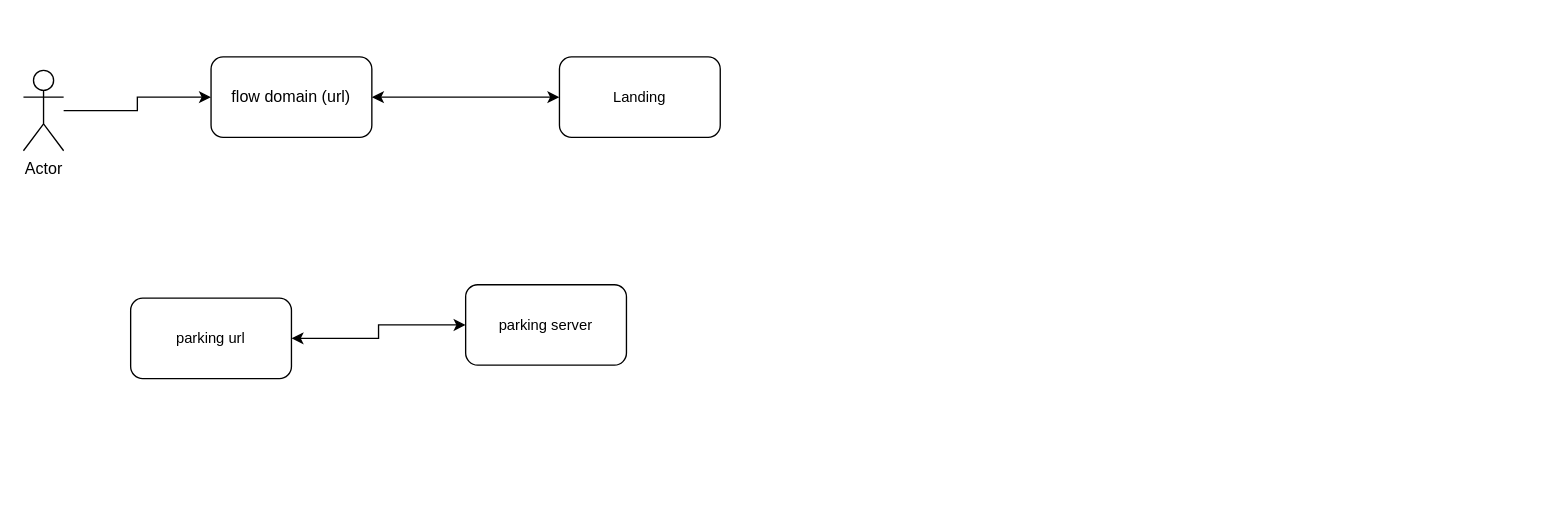
This is static_scheme.drawio from tulashvili/diagrams, a draw.io file, before an edit. Source tidied: cells renumbered, new cells numbered last; positions are measured from the earlier drawing's top-left corner, leaving out a move shared by most shapes. Both pictures are drawn from the tidied source at 134%, with x=0, y=0 at pixel (23, 56).
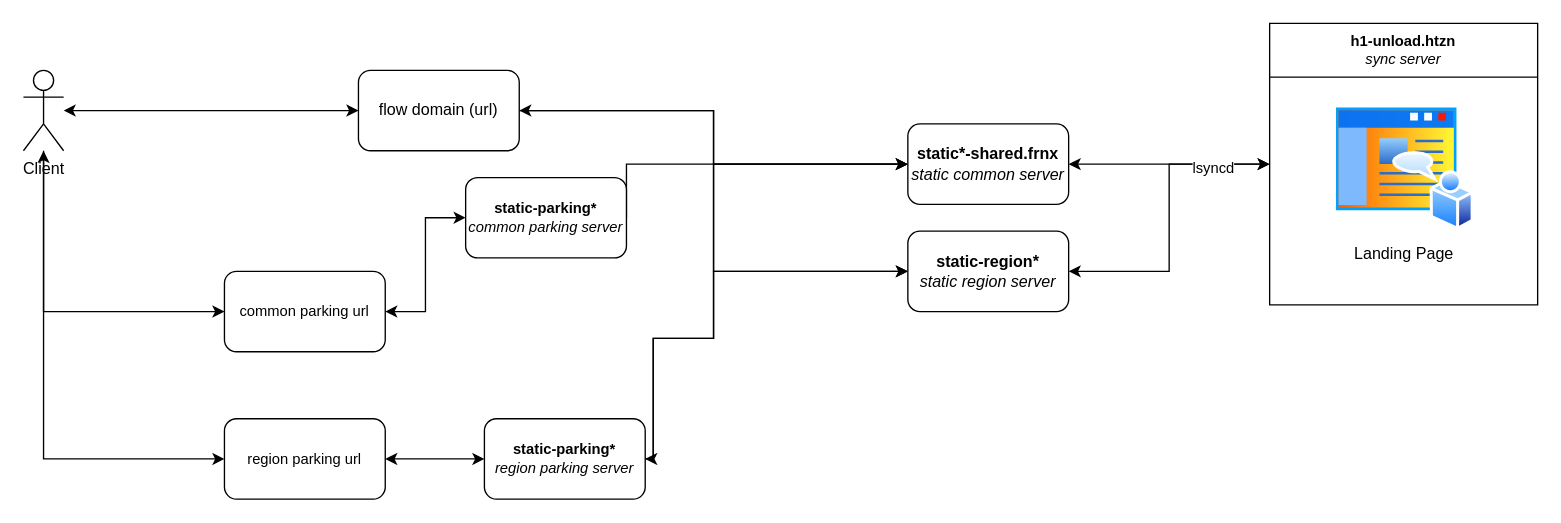
The same diagram, later.

What changed in the source:
```diff
@@
-    <mxCell id="2" style="edgeStyle=orthogonalEdgeStyle;rounded=0;jettySize=auto;html=1;entryX=0;entryY=0.5;entryDx=0;entryDy=0;" parent="1" edge="1" source="3" target="6">
+    <mxCell id="2" style="edgeStyle=orthogonalEdgeStyle;rounded=0;jettySize=auto;html=1;entryX=0;entryY=0.5;entryDx=0;entryDy=0;startArrow=classic;startFill=1;" parent="1" edge="1" source="3" target="6">
       <mxGeometry relative="1" as="geometry" />
     </mxCell>
+    <mxCell id="10" style="edgeStyle=orthogonalEdgeStyle;rounded=0;jettySize=auto;html=1;entryX=0;entryY=0.5;entryDx=0;entryDy=0;" parent="1" edge="1" source="3" target="23">
+      <mxGeometry relative="1" as="geometry">
+        <Array as="points">
+          <mxPoint x="15" y="190" />
+        </Array>
+      </mxGeometry>
+    </mxCell>
-    <mxCell id="3" value="Actor" style="shape=umlActor;verticalLabelPosition=bottom;verticalAlign=top;html=1;outlineConnect=0;" parent="1" vertex="1">
+    <mxCell id="3" value="Client" style="shape=umlActor;verticalLabelPosition=bottom;verticalAlign=top;html=1;outlineConnect=0;" parent="1" vertex="1">
       <mxGeometry y="10" width="30" height="60" as="geometry" />
     </mxCell>
-    <mxCell id="4" value="Landing" style="rounded=1;whiteSpace=wrap;html=1;fontSize=11;" parent="1" vertex="1">
-      <mxGeometry x="400" width="120" height="60" as="geometry" />
-    </mxCell>
-    <mxCell id="5" style="edgeStyle=orthogonalEdgeStyle;rounded=0;jettySize=auto;html=1;entryX=0;entryY=0.5;entryDx=0;entryDy=0;fontSize=10;startArrow=classic;startFill=1;" parent="1" edge="1" source="6" target="4">
+    <mxCell id="5" style="edgeStyle=orthogonalEdgeStyle;rounded=0;jettySize=auto;html=1;entryX=0;entryY=0.5;entryDx=0;entryDy=0;fontSize=10;startArrow=classic;startFill=1;" parent="1" edge="1" source="6" target="18">
       <mxGeometry relative="1" as="geometry" />
     </mxCell>
+    <mxCell id="11" style="edgeStyle=orthogonalEdgeStyle;rounded=0;jettySize=auto;html=1;entryX=0;entryY=0.5;entryDx=0;entryDy=0;" parent="1" edge="1" source="6" target="21">
+      <mxGeometry relative="1" as="geometry" />
+    </mxCell>
     <mxCell id="6" value="flow domain (url)" style="rounded=1;whiteSpace=wrap;html=1;" parent="1" vertex="1">
-      <mxGeometry x="140" width="120" height="60" as="geometry" />
+      <mxGeometry x="250" y="10" width="120" height="60" as="geometry" />
     </mxCell>
@@
+    <mxCell id="12" style="edgeStyle=orthogonalEdgeStyle;rounded=0;jettySize=auto;html=1;startArrow=classic;startFill=1;" parent="1" edge="1" source="8" target="3">
+      <mxGeometry relative="1" as="geometry" />
+    </mxCell>
-    <mxCell id="8" value="parking url" style="rounded=1;whiteSpace=wrap;html=1;fontSize=11;" parent="1" vertex="1">
-      <mxGeometry x="80" y="180" width="120" height="60" as="geometry" />
+    <mxCell id="8" value="region parking url" style="rounded=1;whiteSpace=wrap;html=1;fontSize=11;" parent="1" vertex="1">
+      <mxGeometry x="150" y="270" width="120" height="60" as="geometry" />
     </mxCell>
+    <mxCell id="13" style="edgeStyle=orthogonalEdgeStyle;rounded=0;jettySize=auto;html=1;entryX=0;entryY=0.5;entryDx=0;entryDy=0;startArrow=classic;startFill=1;exitX=1;exitY=0.5;exitDx=0;exitDy=0;" parent="1" edge="1" source="9" target="18">
+      <mxGeometry relative="1" as="geometry">
+        <Array as="points">
+          <mxPoint x="470" y="210" />
+          <mxPoint x="515" y="210" />
+          <mxPoint x="515" y="80" />
+        </Array>
+      </mxGeometry>
+    </mxCell>
+    <mxCell id="14" style="edgeStyle=orthogonalEdgeStyle;rounded=0;jettySize=auto;html=1;entryX=0;entryY=0.5;entryDx=0;entryDy=0;exitX=1;exitY=0.5;exitDx=0;exitDy=0;" parent="1" edge="1" source="9" target="21">
+      <mxGeometry relative="1" as="geometry">
+        <Array as="points">
+          <mxPoint x="470" y="210" />
+          <mxPoint x="515" y="210" />
+          <mxPoint x="515" y="160" />
+        </Array>
+      </mxGeometry>
+    </mxCell>
-    <mxCell id="9" value="parking server" style="rounded=1;whiteSpace=wrap;html=1;fontSize=11;" parent="1" vertex="1">
-      <mxGeometry x="330" y="170" width="120" height="60" as="geometry" />
+    <mxCell id="9" value="&lt;div&gt;&lt;b&gt;static-parking*&lt;/b&gt;&lt;/div&gt;&lt;div&gt;&lt;i&gt;region parking server&lt;/i&gt;&lt;/div&gt;" style="rounded=1;whiteSpace=wrap;html=1;fontSize=11;" parent="1" vertex="1">
+      <mxGeometry x="344" y="270" width="120" height="60" as="geometry" />
     </mxCell>
+    <mxCell id="15" value="h1-unload.htzn&lt;div&gt;&lt;i&gt;&lt;span style=&quot;font-weight: normal;&quot;&gt;sync server&lt;/span&gt;&lt;/i&gt;&lt;/div&gt;" style="swimlane;whiteSpace=wrap;html=1;fontSize=11;startSize=40;" parent="1" vertex="1">
+      <mxGeometry x="930" y="-25" width="200" height="210" as="geometry" />
+    </mxCell>
+    <mxCell id="16" value="Landing Page" style="image;perimeter=ellipsePerimeter;html=1;align=center;shadow=0;dashed=0;spacingTop=3;image=img/lib/active_directory/home_page.svg;" parent="15" vertex="1">
+      <mxGeometry x="47.2" y="60" width="105.6" height="95" as="geometry" />
+    </mxCell>
+    <mxCell id="17" style="edgeStyle=orthogonalEdgeStyle;rounded=0;jettySize=auto;html=1;entryX=0;entryY=0.5;entryDx=0;entryDy=0;startArrow=classic;startFill=1;" parent="1" edge="1" source="18" target="15">
+      <mxGeometry relative="1" as="geometry" />
+    </mxCell>
+    <mxCell id="18" value="&lt;b&gt;static*-shared.frnx&lt;/b&gt;&lt;br&gt;&lt;i&gt;static common server&lt;/i&gt;" style="rounded=1;whiteSpace=wrap;html=1;" parent="1" vertex="1">
+      <mxGeometry x="660" y="50" width="120" height="60" as="geometry" />
+    </mxCell>
+    <mxCell id="19" style="edgeStyle=orthogonalEdgeStyle;rounded=0;jettySize=auto;html=1;entryX=0;entryY=0.5;entryDx=0;entryDy=0;startArrow=classic;startFill=1;" parent="1" edge="1" source="21" target="15">
+      <mxGeometry relative="1" as="geometry" />
+    </mxCell>
+    <mxCell id="20" value="lsyncd" style="edgeLabel;html=1;align=center;verticalAlign=middle;" parent="19" vertex="1">
+      <mxGeometry x="0.63" y="-2" relative="1" as="geometry" />
+    </mxCell>
+    <mxCell id="21" value="&lt;b&gt;&lt;span class=&quot;s1&quot;&gt;static-region&lt;/span&gt;*&lt;/b&gt;&lt;br&gt;&lt;i&gt;static region server&lt;/i&gt;" style="rounded=1;whiteSpace=wrap;html=1;" parent="1" vertex="1">
+      <mxGeometry x="660" y="130" width="120" height="60" as="geometry" />
+    </mxCell>
+    <mxCell id="22" style="edgeStyle=orthogonalEdgeStyle;rounded=0;jettySize=auto;html=1;entryX=0;entryY=0.5;entryDx=0;entryDy=0;startArrow=classic;startFill=1;" parent="1" edge="1" source="23" target="25">
+      <mxGeometry relative="1" as="geometry" />
+    </mxCell>
+    <mxCell id="23" value="common parking url" style="rounded=1;whiteSpace=wrap;html=1;fontSize=11;" parent="1" vertex="1">
+      <mxGeometry x="150" y="160" width="120" height="60" as="geometry" />
+    </mxCell>
+    <mxCell id="24" style="edgeStyle=orthogonalEdgeStyle;rounded=0;jettySize=auto;html=1;entryX=0;entryY=0.5;entryDx=0;entryDy=0;exitX=1;exitY=0.5;exitDx=0;exitDy=0;" parent="1" edge="1" source="25" target="18">
+      <mxGeometry relative="1" as="geometry">
+        <Array as="points">
+          <mxPoint x="450" y="80" />
+        </Array>
+      </mxGeometry>
+    </mxCell>
+    <mxCell id="25" value="&lt;div&gt;&lt;b&gt;static-parking*&lt;/b&gt;&lt;/div&gt;&lt;div&gt;&lt;i&gt;common parking server&lt;/i&gt;&lt;/div&gt;" style="rounded=1;whiteSpace=wrap;html=1;fontSize=11;" parent="1" vertex="1">
+      <mxGeometry x="330" y="90" width="120" height="60" as="geometry" />
+    </mxCell>
```
